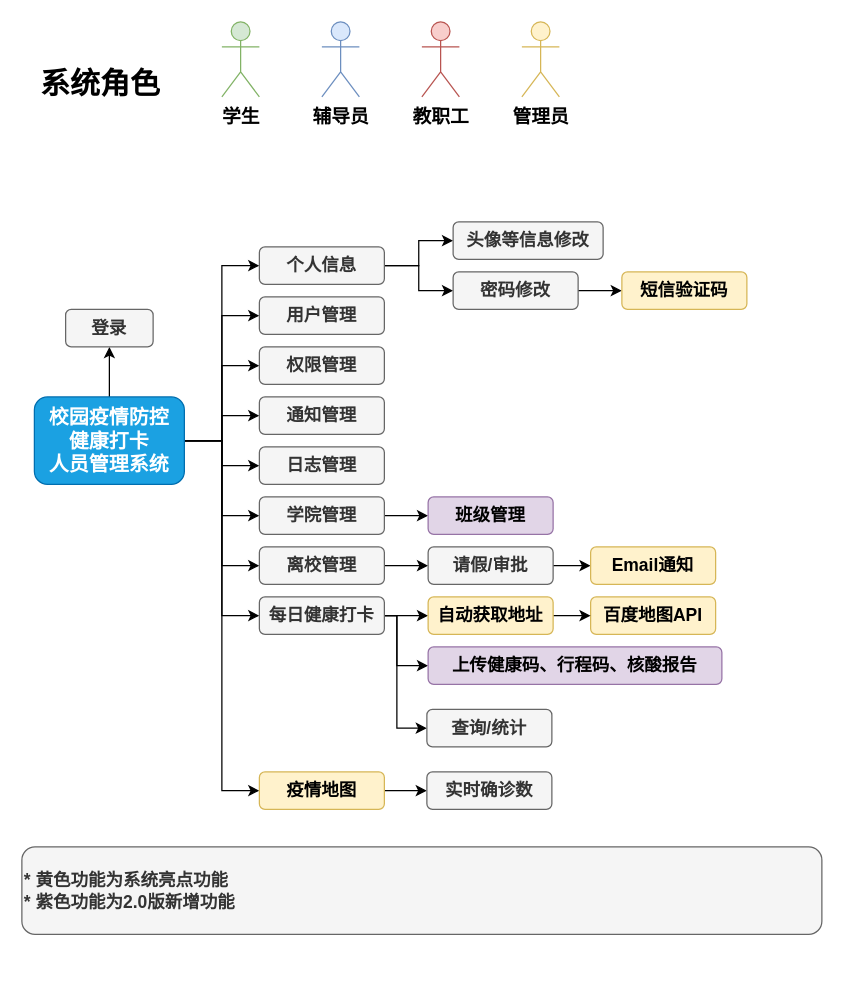
Earlier version of the draw.io diagram 校园疫情防控基础版.drawio (redcomet88/DRAW). Source tidied: cells renumbered, new cells numbered last; positions are measured from the earlier drawing's top-left corner, leaving out a move shared by most shapes. Both pictures are drawn from the tidied source at 125%, with x=0, y=0 at pixel (21, 21).
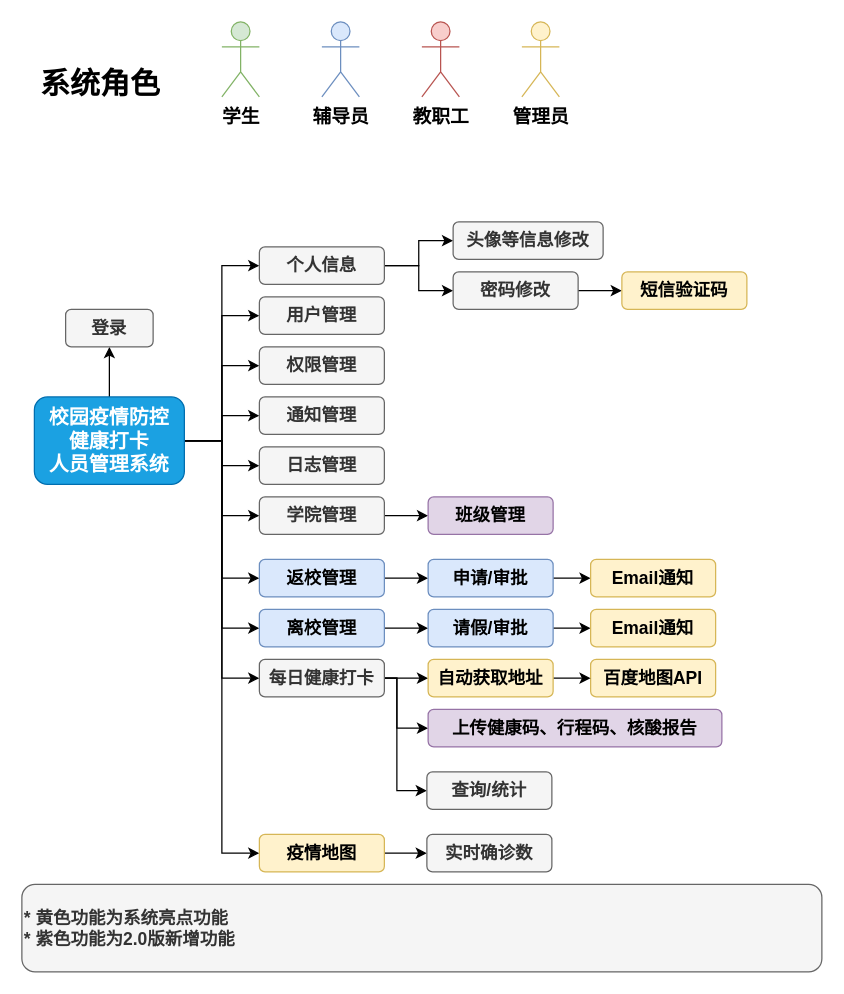
The same diagram, later.

Commit message:
Update 校园疫情防控基础版.drawio

The change refers to these unchanged cells:
```xml
<mxCell id="16" value="校园疫情防控&lt;br style=&quot;font-size: 16px;&quot;&gt;健康打卡&lt;br style=&quot;font-size: 16px;&quot;&gt;人员管理系统" style="rounded=1;whiteSpace=wrap;html=1;fontSize=16;fillColor=#1ba1e2;strokeColor=#006EAF;fontColor=#ffffff;fontStyle=1;" parent="1" vertex="1">
  <mxGeometry x="10" y="300" width="120" height="70" as="geometry" />
</mxCell>
```

The edit, as a diff of the source:
```diff
@@
+    <mxCell id="51" style="edgeStyle=orthogonalEdgeStyle;rounded=0;jettySize=auto;html=1;exitX=1;exitY=0.5;exitDx=0;exitDy=0;entryX=0;entryY=0.5;entryDx=0;entryDy=0;" parent="1" edge="1" source="16" target="53">
+      <mxGeometry relative="1" as="geometry" />
+    </mxCell>
@@
-    <mxCell id="29" value="离校管理" style="rounded=1;whiteSpace=wrap;html=1;fontSize=14;fillColor=#f5f5f5;fontColor=#333333;strokeColor=#666666;fontStyle=1;" parent="1" vertex="1">
-      <mxGeometry x="190" y="420" width="100" height="30" as="geometry" />
+    <mxCell id="29" value="离校管理" style="rounded=1;whiteSpace=wrap;html=1;fontSize=14;fillColor=#dae8fc;strokeColor=#6c8ebf;fontStyle=1;" parent="1" vertex="1">
+      <mxGeometry x="190" y="470" width="100" height="30" as="geometry" />
     </mxCell>
@@
-    <mxCell id="31" value="请假/审批" style="rounded=1;whiteSpace=wrap;html=1;fontSize=14;fillColor=#f5f5f5;fontColor=#333333;strokeColor=#666666;fontStyle=1;" parent="1" vertex="1">
-      <mxGeometry x="325" y="420" width="100" height="30" as="geometry" />
+    <mxCell id="31" value="请假/审批" style="rounded=1;whiteSpace=wrap;html=1;fontSize=14;fillColor=#dae8fc;strokeColor=#6c8ebf;fontStyle=1;" parent="1" vertex="1">
+      <mxGeometry x="325" y="470" width="100" height="30" as="geometry" />
     </mxCell>
@@
     <mxCell id="33" style="edgeStyle=orthogonalEdgeStyle;rounded=0;jettySize=auto;html=1;exitX=1;exitY=0.5;exitDx=0;exitDy=0;entryX=0;entryY=0.5;entryDx=0;entryDy=0;" parent="1" edge="1" source="35" target="47">
       <mxGeometry relative="1" as="geometry">
         <Array as="points">
-          <mxPoint x="300" y="475" />
-          <mxPoint x="300" y="515" />
+          <mxPoint x="300" y="525" />
+          <mxPoint x="300" y="565" />
         </Array>
       </mxGeometry>
     </mxCell>
     <mxCell id="34" style="edgeStyle=orthogonalEdgeStyle;rounded=0;jettySize=auto;html=1;exitX=1;exitY=0.25;exitDx=0;exitDy=0;entryX=0;entryY=0.5;entryDx=0;entryDy=0;" parent="1" edge="1" source="35" target="46">
       <mxGeometry relative="1" as="geometry">
         <Array as="points">
-          <mxPoint x="290" y="475" />
-          <mxPoint x="300" y="475" />
-          <mxPoint x="300" y="565" />
+          <mxPoint x="290" y="525" />
+          <mxPoint x="300" y="525" />
+          <mxPoint x="300" y="615" />
         </Array>
       </mxGeometry>
     </mxCell>
     <mxCell id="35" value="每日健康打卡" style="rounded=1;whiteSpace=wrap;html=1;fontSize=14;fillColor=#f5f5f5;fontColor=#333333;strokeColor=#666666;fontStyle=1;" parent="1" vertex="1">
-      <mxGeometry x="190" y="460" width="100" height="30" as="geometry" />
+      <mxGeometry x="190" y="510" width="100" height="30" as="geometry" />
     </mxCell>
     <mxCell id="36" value="百度地图API" style="rounded=1;whiteSpace=wrap;html=1;fontSize=14;fillColor=#fff2cc;strokeColor=#d6b656;fontStyle=1;" parent="1" vertex="1">
-      <mxGeometry x="455" y="460" width="100" height="30" as="geometry" />
+      <mxGeometry x="455" y="510" width="100" height="30" as="geometry" />
     </mxCell>
@@
     <mxCell id="38" value="自动获取地址" style="rounded=1;whiteSpace=wrap;html=1;fontSize=14;fillColor=#fff2cc;strokeColor=#d6b656;fontStyle=1;" parent="1" vertex="1">
-      <mxGeometry x="325" y="460" width="100" height="30" as="geometry" />
+      <mxGeometry x="325" y="510" width="100" height="30" as="geometry" />
     </mxCell>
@@
     <mxCell id="40" value="疫情地图" style="rounded=1;whiteSpace=wrap;html=1;fontSize=14;fillColor=#fff2cc;strokeColor=#d6b656;fontStyle=1;" parent="1" vertex="1">
-      <mxGeometry x="190" y="600" width="100" height="30" as="geometry" />
+      <mxGeometry x="190" y="650" width="100" height="30" as="geometry" />
     </mxCell>
     <mxCell id="41" value="实时确诊数" style="rounded=1;whiteSpace=wrap;html=1;fontSize=14;fillColor=#f5f5f5;fontColor=#333333;strokeColor=#666666;fontStyle=1;" parent="1" vertex="1">
-      <mxGeometry x="324" y="600" width="100" height="30" as="geometry" />
+      <mxGeometry x="324" y="650" width="100" height="30" as="geometry" />
     </mxCell>
@@
     <mxCell id="45" value="Email通知" style="rounded=1;whiteSpace=wrap;html=1;fontSize=14;fillColor=#fff2cc;strokeColor=#d6b656;fontStyle=1;" parent="1" vertex="1">
-      <mxGeometry x="455" y="420" width="100" height="30" as="geometry" />
+      <mxGeometry x="455" y="470" width="100" height="30" as="geometry" />
     </mxCell>
     <mxCell id="46" value="查询/统计" style="rounded=1;whiteSpace=wrap;html=1;fontSize=14;fillColor=#f5f5f5;fontColor=#333333;strokeColor=#666666;fontStyle=1;" parent="1" vertex="1">
-      <mxGeometry x="324" y="550" width="100" height="30" as="geometry" />
+      <mxGeometry x="324" y="600" width="100" height="30" as="geometry" />
     </mxCell>
     <mxCell id="47" value="上传健康码、行程码、核酸报告" style="rounded=1;whiteSpace=wrap;html=1;fontSize=14;fillColor=#e1d5e7;strokeColor=#9673a6;fontStyle=1;" parent="1" vertex="1">
-      <mxGeometry x="325" y="500" width="235" height="30" as="geometry" />
+      <mxGeometry x="325" y="550" width="235" height="30" as="geometry" />
     </mxCell>
@@
     <mxCell id="49" value="* 黄色功能为系统亮点功能&lt;br&gt;* 紫色功能为2.0版新增功能" style="rounded=1;whiteSpace=wrap;html=1;fontSize=14;fillColor=#f5f5f5;strokeColor=#666666;fontStyle=1;fontColor=#333333;align=left;" parent="1" vertex="1">
-      <mxGeometry y="660" width="640" height="70" as="geometry" />
+      <mxGeometry y="690" width="640" height="70" as="geometry" />
     </mxCell>
@@
+    <mxCell id="52" style="edgeStyle=orthogonalEdgeStyle;rounded=0;jettySize=auto;html=1;exitX=1;exitY=0.5;exitDx=0;exitDy=0;entryX=0;entryY=0.5;entryDx=0;entryDy=0;" parent="1" edge="1" source="53" target="55">
+      <mxGeometry relative="1" as="geometry" />
+    </mxCell>
+    <mxCell id="53" value="返校管理" style="rounded=1;whiteSpace=wrap;html=1;fontSize=14;fillColor=#dae8fc;strokeColor=#6c8ebf;fontStyle=1;" parent="1" vertex="1">
+      <mxGeometry x="190" y="430" width="100" height="30" as="geometry" />
+    </mxCell>
+    <mxCell id="54" style="edgeStyle=orthogonalEdgeStyle;rounded=0;jettySize=auto;html=1;exitX=1;exitY=0.5;exitDx=0;exitDy=0;entryX=0;entryY=0.5;entryDx=0;entryDy=0;" parent="1" edge="1" source="55" target="56">
+      <mxGeometry relative="1" as="geometry" />
+    </mxCell>
+    <mxCell id="55" value="申请/审批" style="rounded=1;whiteSpace=wrap;html=1;fontSize=14;fillColor=#dae8fc;strokeColor=#6c8ebf;fontStyle=1;" parent="1" vertex="1">
+      <mxGeometry x="325" y="430" width="100" height="30" as="geometry" />
+    </mxCell>
+    <mxCell id="56" value="Email通知" style="rounded=1;whiteSpace=wrap;html=1;fontSize=14;fillColor=#fff2cc;strokeColor=#d6b656;fontStyle=1;" parent="1" vertex="1">
+      <mxGeometry x="455" y="430" width="100" height="30" as="geometry" />
+    </mxCell>
```
